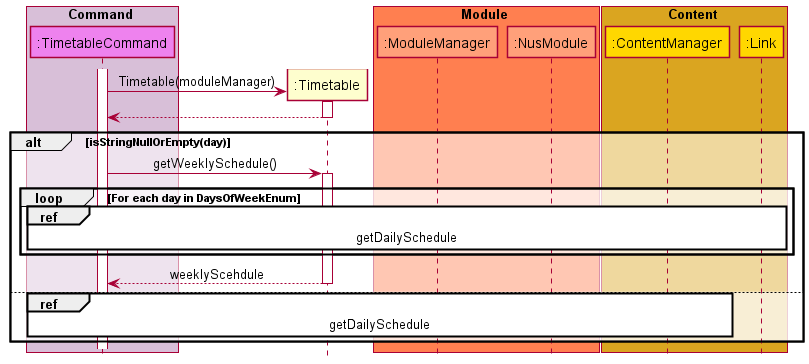
nus-cs2113-AY2122S1/tp keeps this PlantUML diagram as docs/attachments/TimetableSequenceDiagram.png. Above is the earlier version.
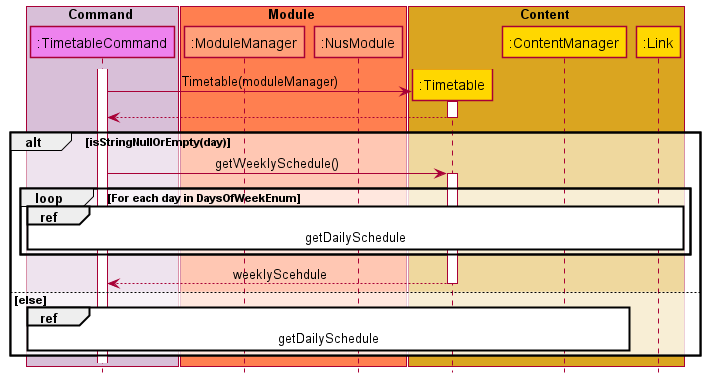
The same file after the commit.

What changed in the source:
```diff
@@ -5,7 +5,6 @@
 box Command COMMAND_BOX_COLOR
 participant ":TimetableCommand" as TimetableCommand COMMAND_COLOR
 endbox
-participant ":Timetable" as Timetable
 
 
 box Module MODULE_BOX_COLOR
@@ -14,6 +13,7 @@
 endbox
 
 box Content CONTENT_BOX_COLOR
+participant ":Timetable" as Timetable  CONTENT_COLOR
 participant ":ContentManager" as ContentManager CONTENT_COLOR
 participant ":Link" as Link CONTENT_COLOR
 endbox
@@ -39,7 +39,7 @@
 Deactivate Timetable
 
 
-else
+else else
 ref over TimetableCommand, Timetable, ModuleManager, NusModule, ContentManager
 getDailySchedule
 end
```
